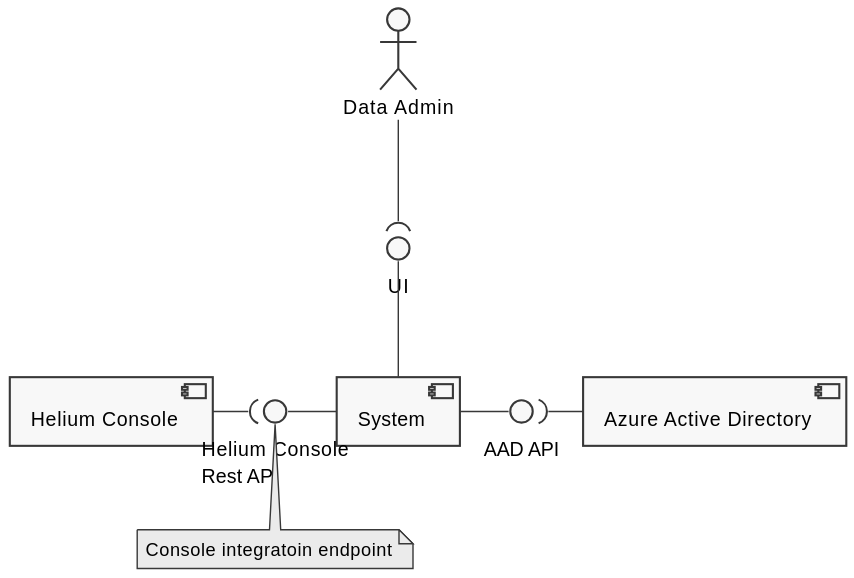
FilipeMCruz/sensae-console keeps this PlantUML diagram as docs/architecture/diagrams/logical/logical-view-level1.svg. Above is the earlier version.
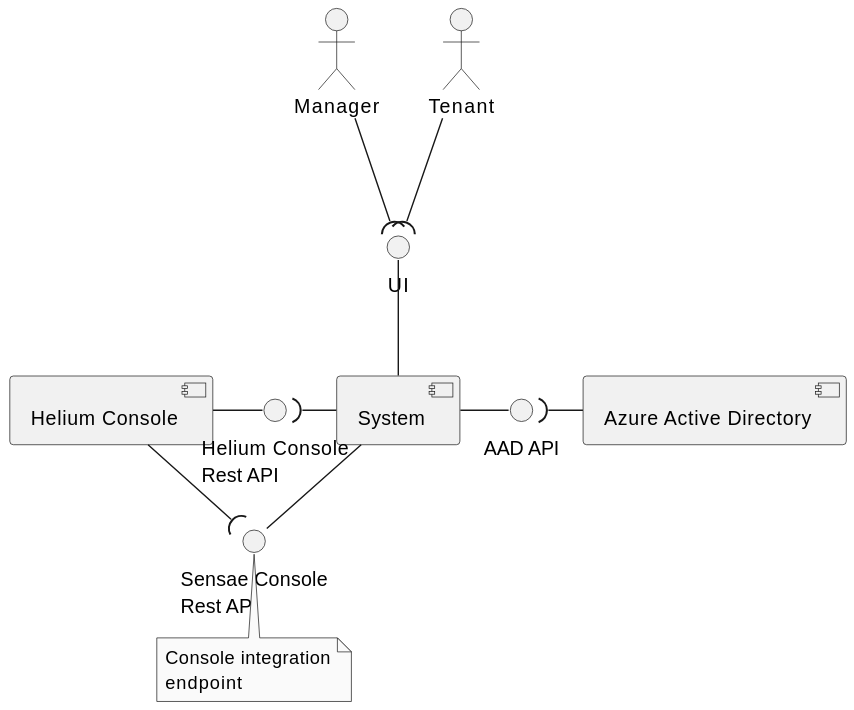
Above is the later version.

Change to the diagram source:
```diff
@@ -2,7 +2,6 @@
 
 skinparam Monochrome true
 skinparam sequenceMessageAlign center
-skinparam Shadowing false
 skinparam componentStyle uml2
 skinparam packageStyle rectangle
 
@@ -12,20 +11,25 @@
 [Azure Active Directory] as AAD
 
 () "UI" as UI
-() "Helium Console\nRest API" as IN_ENDPOINT
-note bottom: Console integratoin endpoint
+() "Helium Console\nRest API" as OUT_ENDPOINT
+() "Sensae Console\nRest API" as IN_ENDPOINT
+note bottom: Console integration\nendpoint
 
 () "AAD API" as AUTH_ENDPOINT
 
-actor "Data Admin" as Client
+actor "Manager" as Client
+actor "Tenant" as Tenant
 
 Client --( UI
+Tenant --( UI
 
 UI -- S
-IN_ENDPOINT - S
+S -- IN_ENDPOINT
+HC - OUT_ENDPOINT
 S - AUTH_ENDPOINT
 
-HC -( IN_ENDPOINT
+IN_ENDPOINT )- HC
+OUT_ENDPOINT )- S
 AUTH_ENDPOINT )- AAD
 
 @enduml
```
